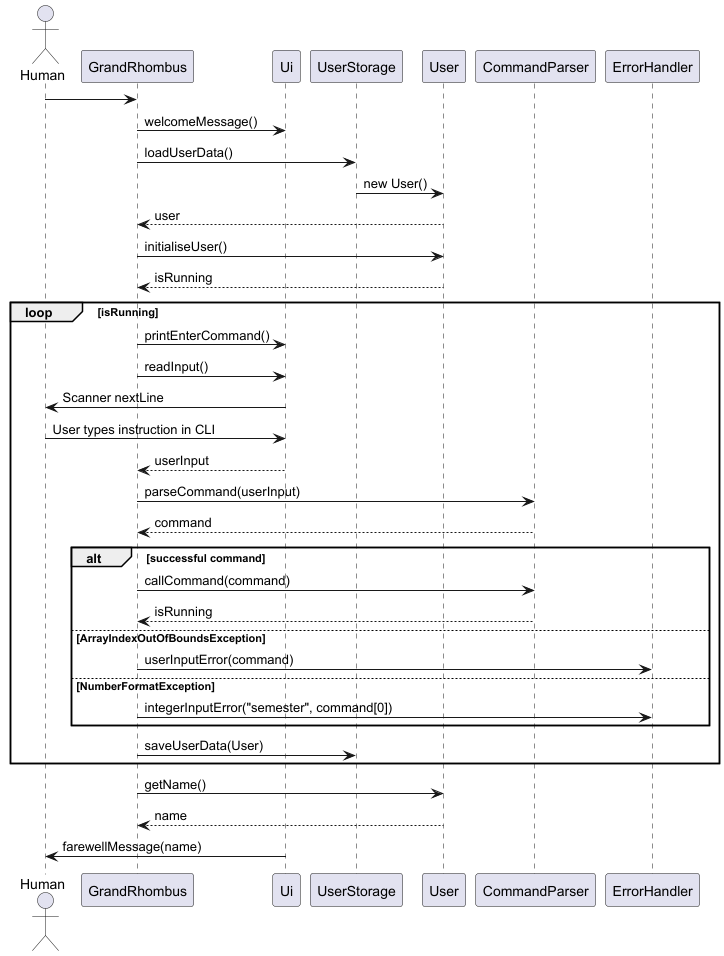
The PlantUML diagram docs/diagrams/SequenceDiagram.png in itsjoelha/tp, before a commit.
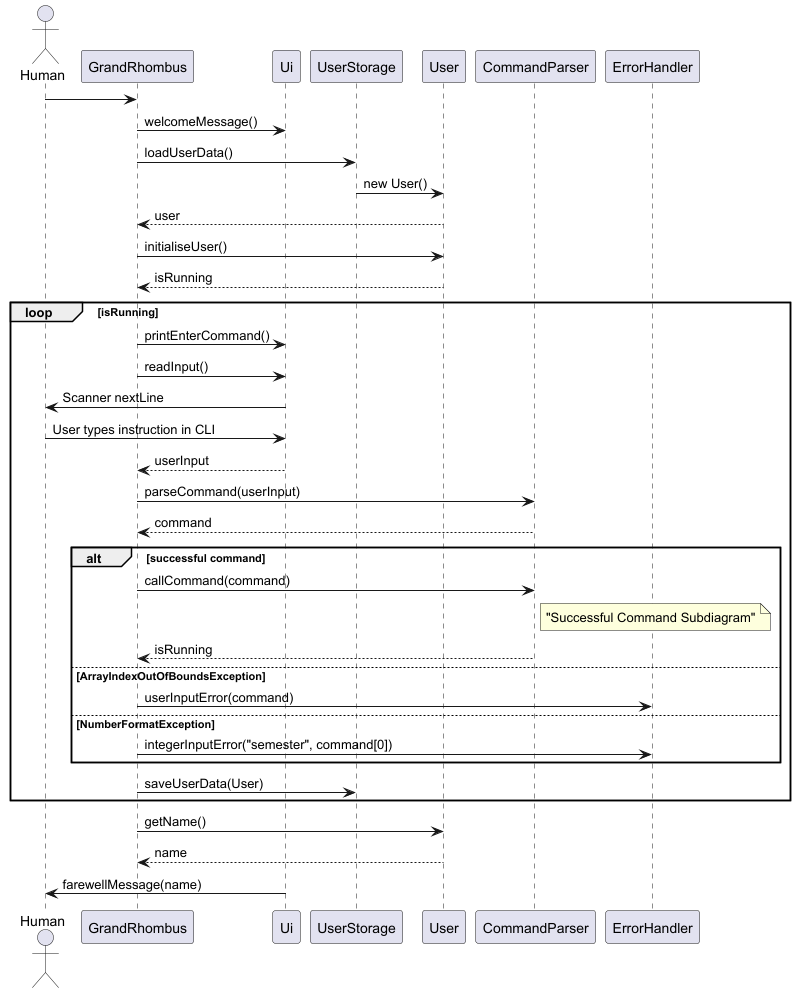
The same file after the commit.

Commit message:
Update Sequence Diagram

The edit, as a diff of the source:
```diff
@@ -28,6 +28,8 @@
 
     alt successful command
         GrandRhombus -> CommandParser : callCommand(command)
+        note right of CommandParser : "Successful Command Subdiagram"
+
         CommandParser --> GrandRhombus : isRunning
     else ArrayIndexOutOfBoundsException
         GrandRhombus -> ErrorHandler : userInputError(command)
```
